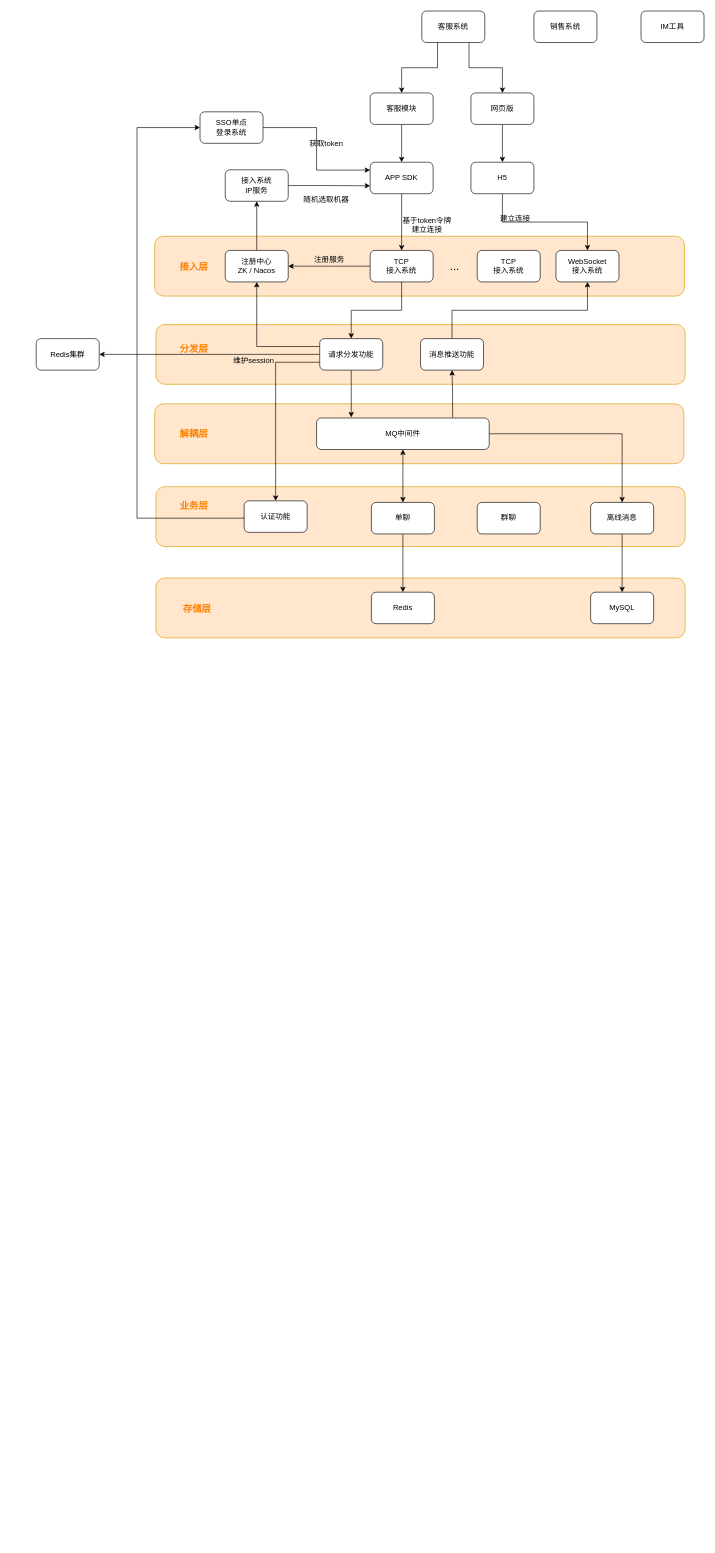
The draw.io diagram page "第 1 页" (1 of 3) of docs/flowchart.drawio in linkypi/my-im, before the edit. Source tidied: cells renumbered, new cells numbered last; positions are measured from the earlier drawing's top-left corner, leaving out a move shared by most shapes. Both pictures are drawn from the tidied source at 63%, with x=0, y=0 at pixel (36, 11).
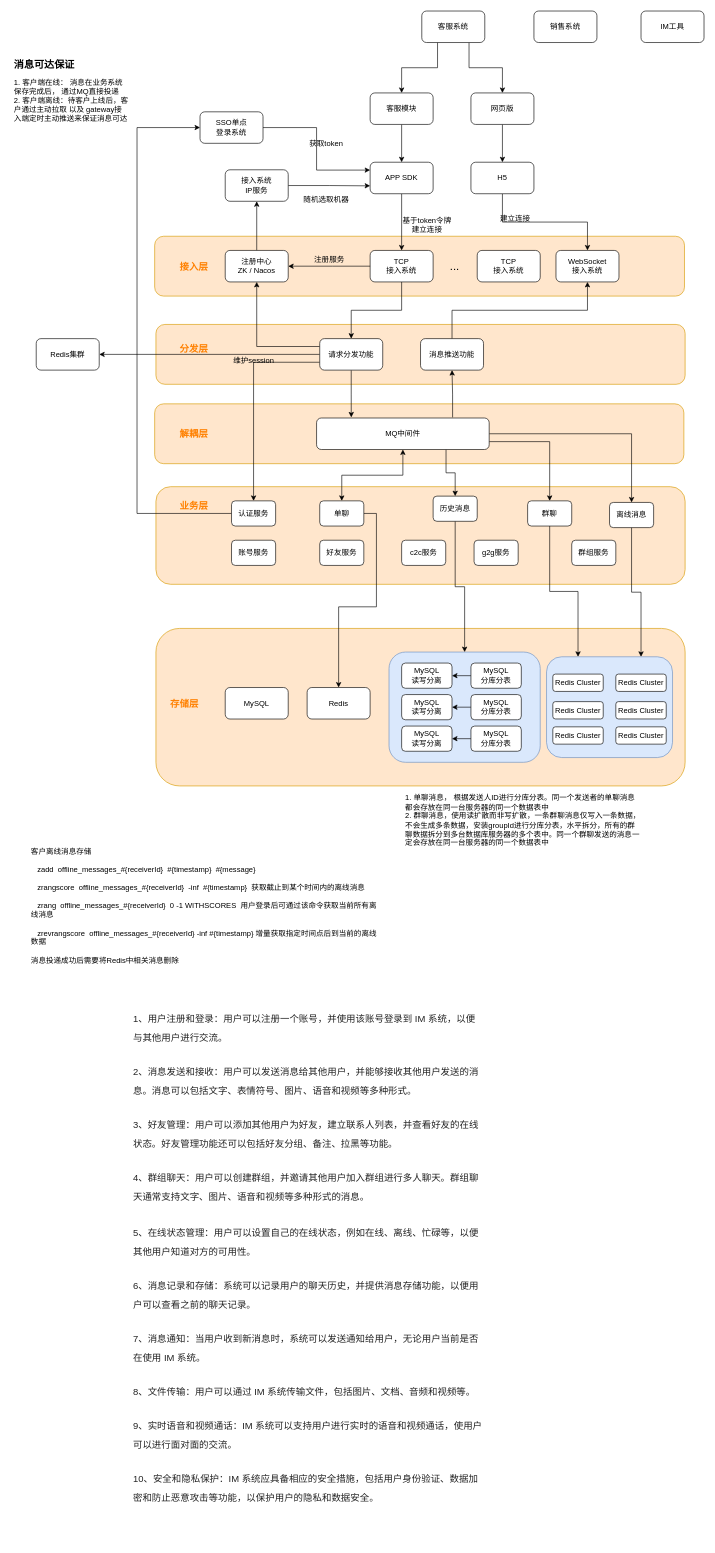
After the change.

Unchanged cells that the change refers to:
```xml
<mxCell id="20" value="MQ中间件" style="rounded=1;whiteSpace=wrap;html=1;" parent="1" vertex="1">
  <mxGeometry x="445" y="646" width="274" height="50" as="geometry" />
</mxCell>
<mxCell id="41" value="SSO单点&lt;br&gt;登录系统" style="rounded=1;whiteSpace=wrap;html=1;" parent="1" vertex="1">
  <mxGeometry x="260" y="160" width="100" height="50" as="geometry" />
</mxCell>
```

The edit, as a diff of the source:
```diff
@@
+    <mxCell id="4" style="rounded=1;whiteSpace=wrap;html=1;fillColor=#ffe6cc;strokeColor=#d79b00;" parent="1" vertex="1">
+      <mxGeometry x="190" y="980" width="840" height="250" as="geometry" />
+    </mxCell>
+    <mxCell id="64" style="rounded=1;whiteSpace=wrap;html=1;fillColor=#dae8fc;strokeColor=#6c8ebf;" parent="1" vertex="1">
+      <mxGeometry x="560" y="1017.5" width="240" height="175" as="geometry" />
+    </mxCell>
@@
-    <mxCell id="4" style="rounded=1;whiteSpace=wrap;html=1;fillColor=#ffe6cc;strokeColor=#d79b00;" parent="1" vertex="1">
-      <mxGeometry x="190" y="900" width="840" height="95" as="geometry" />
-    </mxCell>
+    <mxCell id="65" style="rounded=1;whiteSpace=wrap;html=1;fillColor=#dae8fc;strokeColor=#6c8ebf;" parent="1" vertex="1">
+      <mxGeometry x="810" y="1025" width="200" height="160" as="geometry" />
+    </mxCell>
     <mxCell id="5" style="rounded=1;whiteSpace=wrap;html=1;fillColor=#ffe6cc;strokeColor=#d79b00;" parent="1" vertex="1">
-      <mxGeometry x="190" y="755" width="840" height="95" as="geometry" />
+      <mxGeometry x="190" y="755" width="840" height="155" as="geometry" />
     </mxCell>
@@
+    <mxCell id="66" style="edgeStyle=orthogonalEdgeStyle;rounded=0;jettySize=auto;html=1;exitX=0.75;exitY=1;exitDx=0;exitDy=0;entryX=0.5;entryY=0;entryDx=0;entryDy=0;" parent="1" edge="1" source="20" target="71">
+      <mxGeometry relative="1" as="geometry" />
+    </mxCell>
+    <mxCell id="67" style="edgeStyle=orthogonalEdgeStyle;rounded=0;jettySize=auto;html=1;exitX=1;exitY=0.75;exitDx=0;exitDy=0;entryX=0.5;entryY=0;entryDx=0;entryDy=0;" parent="1" edge="1" source="20" target="29">
+      <mxGeometry relative="1" as="geometry" />
+    </mxCell>
@@
-    <mxCell id="27" style="edgeStyle=orthogonalEdgeStyle;rounded=0;jettySize=auto;html=1;exitX=0.5;exitY=1;exitDx=0;exitDy=0;entryX=0.5;entryY=0;entryDx=0;entryDy=0;" parent="1" edge="1" source="28" target="34">
+    <mxCell id="27" style="edgeStyle=orthogonalEdgeStyle;rounded=0;jettySize=auto;html=1;exitX=1;exitY=0.5;exitDx=0;exitDy=0;entryX=0.5;entryY=0;entryDx=0;entryDy=0;" parent="1" edge="1" source="28" target="34">
       <mxGeometry relative="1" as="geometry" />
     </mxCell>
     <mxCell id="28" value="单聊" style="rounded=1;whiteSpace=wrap;html=1;" parent="1" vertex="1">
-      <mxGeometry x="532" y="780" width="100" height="50" as="geometry" />
+      <mxGeometry x="450" y="777.5" width="70" height="40" as="geometry" />
     </mxCell>
+    <mxCell id="68" style="edgeStyle=orthogonalEdgeStyle;rounded=0;jettySize=auto;html=1;exitX=0.5;exitY=1;exitDx=0;exitDy=0;entryX=0.25;entryY=0;entryDx=0;entryDy=0;" parent="1" edge="1" source="29" target="65">
+      <mxGeometry relative="1" as="geometry" />
+    </mxCell>
     <mxCell id="29" value="群聊" style="rounded=1;whiteSpace=wrap;html=1;" parent="1" vertex="1">
-      <mxGeometry x="700" y="780" width="100" height="50" as="geometry" />
+      <mxGeometry x="780" y="777.5" width="70" height="40" as="geometry" />
     </mxCell>
-    <mxCell id="30" style="edgeStyle=orthogonalEdgeStyle;rounded=0;jettySize=auto;html=1;exitX=0.5;exitY=1;exitDx=0;exitDy=0;entryX=0.5;entryY=0;entryDx=0;entryDy=0;" parent="1" edge="1" source="31" target="35">
+    <mxCell id="30" style="edgeStyle=orthogonalEdgeStyle;rounded=0;jettySize=auto;html=1;exitX=0.5;exitY=1;exitDx=0;exitDy=0;entryX=0.75;entryY=0;entryDx=0;entryDy=0;" parent="1" edge="1" source="31" target="65">
       <mxGeometry relative="1" as="geometry" />
     </mxCell>
     <mxCell id="31" value="离线消息" style="rounded=1;whiteSpace=wrap;html=1;" parent="1" vertex="1">
-      <mxGeometry x="880" y="780" width="100" height="50" as="geometry" />
+      <mxGeometry x="910" y="780" width="70" height="40" as="geometry" />
     </mxCell>
     <mxCell id="32" style="edgeStyle=orthogonalEdgeStyle;rounded=0;jettySize=auto;html=1;exitX=0;exitY=0.5;exitDx=0;exitDy=0;entryX=0;entryY=0.5;entryDx=0;entryDy=0;" parent="1" edge="1" source="33" target="41">
       <mxGeometry relative="1" as="geometry">
         <Array as="points">
-          <mxPoint x="160" y="805" />
+          <mxPoint x="160" y="798" />
           <mxPoint x="160" y="185" />
         </Array>
       </mxGeometry>
     </mxCell>
-    <mxCell id="33" value="认证功能" style="rounded=1;whiteSpace=wrap;html=1;" parent="1" vertex="1">
-      <mxGeometry x="330" y="777.5" width="100" height="50" as="geometry" />
+    <mxCell id="33" value="认证服务" style="rounded=1;whiteSpace=wrap;html=1;" parent="1" vertex="1">
+      <mxGeometry x="310" y="777.5" width="70" height="40" as="geometry" />
     </mxCell>
     <mxCell id="34" value="Redis" style="rounded=1;whiteSpace=wrap;html=1;" parent="1" vertex="1">
-      <mxGeometry x="532" y="922.5" width="100" height="50" as="geometry" />
+      <mxGeometry x="430" y="1073.8" width="100" height="50" as="geometry" />
     </mxCell>
     <mxCell id="35" value="MySQL" style="rounded=1;whiteSpace=wrap;html=1;" parent="1" vertex="1">
-      <mxGeometry x="880" y="922.5" width="100" height="50" as="geometry" />
+      <mxGeometry x="300" y="1073.8" width="100" height="50" as="geometry" />
     </mxCell>
@@
     <mxCell id="60" value="存储层" style="text;html=1;align=center;verticalAlign=middle;fillColor=none;fontColor=#FF8000;fontStyle=1;fontSize=15;" parent="1" vertex="1">
-      <mxGeometry x="220" y="932.5" width="70" height="30" as="geometry" />
+      <mxGeometry x="200" y="1083.8" width="70" height="30" as="geometry" />
     </mxCell>
@@
+    <mxCell id="69" value="&lt;h1 style=&quot;font-size: 16px;&quot;&gt;消息可达保证&lt;/h1&gt;&lt;p&gt;1. 客户端在线： 消息在业务系统保存完成后， 通过MQ直接投递&lt;br&gt;2. 客户端离线：待客户上线后，客户通过主动拉取 以及 gateway接入端定时主动推送来保证消息可达&lt;/p&gt;" style="text;html=1;strokeColor=none;fillColor=none;spacing=5;spacingTop=-20;whiteSpace=wrap;overflow=hidden;rounded=0;" parent="1" vertex="1">
+      <mxGeometry x="-40" y="75" width="190" height="120" as="geometry" />
+    </mxCell>
+    <mxCell id="70" style="edgeStyle=orthogonalEdgeStyle;rounded=0;jettySize=auto;html=1;exitX=0.5;exitY=1;exitDx=0;exitDy=0;entryX=0.5;entryY=0;entryDx=0;entryDy=0;" parent="1" edge="1" source="71" target="64">
+      <mxGeometry relative="1" as="geometry" />
+    </mxCell>
+    <mxCell id="71" value="历史消息" style="rounded=1;whiteSpace=wrap;html=1;" parent="1" vertex="1">
+      <mxGeometry x="630" y="770" width="70" height="40" as="geometry" />
+    </mxCell>
+    <mxCell id="72" value="Redis Cluster" style="rounded=1;whiteSpace=wrap;html=1;" parent="1" vertex="1">
+      <mxGeometry x="820" y="1052.5" width="80" height="27.5" as="geometry" />
+    </mxCell>
+    <mxCell id="73" value="&lt;div style=&quot;max-width: 100%; overflow-x: visible; font-size: 15px; line-height: 30px; color: rgb(34, 34, 34); margin-top: 28px; font-family: arial; font-style: normal; font-variant-ligatures: normal; font-variant-caps: normal; font-weight: 400; letter-spacing: normal; orphans: 2; text-align: start; text-indent: 0px; text-transform: none; widows: 2; word-spacing: 0px; -webkit-text-stroke-width: 0px; background-color: rgb(255, 255, 255); text-decoration-thickness: initial; text-decoration-style: initial; text-decoration-color: initial;&quot; class=&quot;dpu8C _2kCxD&quot;&gt;&lt;p style=&quot;overflow-y: auto; max-width: 100%; font-size: 15px; line-height: 30px; color: rgb(34, 34, 34); margin: 0px !important; padding: 0px !important;&quot;&gt;&lt;span style=&quot;max-width: 100%; font-size: 15px;&quot;&gt;1、&lt;/span&gt;&lt;span style=&quot;max-width: 100%; font-size: 15px;&quot;&gt;&lt;span style=&quot;max-width: 100%; font-size: 15px;&quot;&gt;用户注册和登录：用户可以注册一个账号，并使用该账号登录到&lt;/span&gt;&lt;span style=&quot;max-width: 100%; font-size: 15px;&quot;&gt;&lt;span style=&quot;font-size: 15px;&quot;&gt;&amp;nbsp;&lt;/span&gt;IM 系统，以便与其他用户进行交流。&lt;/span&gt;&lt;/span&gt;&lt;/p&gt;&lt;/div&gt;&lt;div style=&quot;max-width: 100%; overflow-x: visible; font-size: 15px; line-height: 30px; color: rgb(34, 34, 34); margin-top: 24px; font-family: arial; font-style: normal; font-variant-ligatures: normal; font-variant-caps: normal; font-weight: 400; letter-spacing: normal; orphans: 2; text-align: start; text-indent: 0px; text-transform: none; widows: 2; word-spacing: 0px; -webkit-text-stroke-width: 0px; background-color: rgb(255, 255, 255); text-decoration-thickness: initial; text-decoration-style: initial; text-decoration-color: initial;&quot; class=&quot;dpu8C _2kCxD&quot;&gt;&lt;p style=&quot;overflow-y: auto; max-width: 100%; font-size: 15px; line-height: 30px; color: rgb(34, 34, 34); margin: 0px !important; padding: 0px !important;&quot;&gt;&lt;span style=&quot;max-width: 100%; font-size: 15px;&quot;&gt;2、&lt;/span&gt;&lt;span style=&quot;max-width: 100%; font-size: 15px;&quot;&gt;消息发送和接收：用户可以发送消息给其他用户，并能够接收其他用户发送的消息。消息可以包括文字、表情符号、图片、语音和视频等多种形式。&lt;/span&gt;&lt;/p&gt;&lt;/div&gt;&lt;div style=&quot;max-width: 100%; overflow-x: visible; font-size: 15px; line-height: 30px; color: rgb(34, 34, 34); margin-top: 24px; font-family: arial; font-style: normal; font-variant-ligatures: normal; font-variant-caps: normal; font-weight: 400; letter-spacing: normal; orphans: 2; text-align: start; text-indent: 0px; text-transform: none; widows: 2; word-spacing: 0px; -webkit-text-stroke-width: 0px; background-color: rgb(255, 255, 255); text-decoration-thickness: initial; text-decoration-style: initial; text-decoration-color: initial;&quot; class=&quot;dpu8C _2kCxD&quot;&gt;&lt;p style=&quot;overflow-y: auto; max-width: 100%; font-size: 15px; line-height: 30px; color: rgb(34, 34, 34); margin: 0px !important; padding: 0px !important;&quot;&gt;&lt;span style=&quot;max-width: 100%; font-size: 15px;&quot;&gt;3、&lt;/span&gt;&lt;span style=&quot;max-width: 100%; font-size: 15px;&quot;&gt;好友管理：用户可以添加其他用户为好友，建立联系人列表，并查看好友的在线状态。好友管理功能还可以包括好友分组、备注、拉黑等功能。&lt;/span&gt;&lt;/p&gt;&lt;/div&gt;&lt;div style=&quot;max-width: 100%; overflow-x: visible; font-size: 15px; line-height: 30px; color: rgb(34, 34, 34); margin-top: 24px; font-family: arial; font-style: normal; font-variant-ligatures: normal; font-variant-caps: normal; font-weight: 400; letter-spacing: normal; orphans: 2; text-align: start; text-indent: 0px; text-transform: none; widows: 2; word-spacing: 0px; -webkit-text-stroke-width: 0px; background-color: rgb(255, 255, 255); text-decoration-thickness: initial; text-decoration-style: initial; text-decoration-color: initial;&quot; class=&quot;dpu8C _2kCxD&quot;&gt;&lt;p style=&quot;overflow-y: auto; max-width: 100%; font-size: 15px; line-height: 30px; color: rgb(34, 34, 34); margin: 0px !important; padding: 0px !important;&quot;&gt;&lt;span style=&quot;max-width: 100%; font-size: 15px;&quot;&gt;4、&lt;/span&gt;&lt;span style=&quot;max-width: 100%; font-size: 15px;&quot;&gt;群组聊天：用户可以创建群组，并邀请其他用户加入群组进行多人聊天。群组聊天通常支持文字、图片、语音和视频等多种形式的消息。&lt;/span&gt;&lt;/p&gt;&lt;div style=&quot;max-width: 100%; overflow-x: visible; font-size: 15px; line-height: 30px; margin-top: 28px;&quot; class=&quot;dpu8C _2kCxD&quot;&gt;&lt;p style=&quot;overflow-y: auto; max-width: 100%; line-height: 30px; margin: 0px !important; padding: 0px !important; font-size: 15px;&quot;&gt;5、&lt;span style=&quot;max-width: 100%; font-size: 15px;&quot;&gt;在线状态管理：用户可以设置自己的在线状态，例如在线、离线、忙碌等，以便其他用户知道对方的可用性。&lt;/span&gt;&lt;/p&gt;&lt;/div&gt;&lt;div style=&quot;max-width: 100%; overflow-x: visible; font-size: 15px; line-height: 30px; margin-top: 24px;&quot; class=&quot;dpu8C _2kCxD&quot;&gt;&lt;p style=&quot;overflow-y: auto; max-width: 100%; line-height: 30px; margin: 0px !important; padding: 0px !important; font-size: 15px;&quot;&gt;&lt;span style=&quot;max-width: 100%; font-size: 15px;&quot;&gt;6、&lt;/span&gt;&lt;span style=&quot;max-width: 100%; font-size: 15px;&quot;&gt;消息记录和存储：系统可以记录用户的聊天历史，并提供消息存储功能，以便用户可以查看之前的聊天记录。&lt;/span&gt;&lt;/p&gt;&lt;/div&gt;&lt;div style=&quot;max-width: 100%; overflow-x: visible; font-size: 15px; line-height: 30px; margin-top: 24px;&quot; class=&quot;dpu8C _2kCxD&quot;&gt;&lt;p style=&quot;overflow-y: auto; max-width: 100%; line-height: 30px; margin: 0px !important; padding: 0px !important; font-size: 15px;&quot;&gt;&lt;span style=&quot;max-width: 100%; font-size: 15px;&quot;&gt;7、&lt;/span&gt;&lt;span style=&quot;max-width: 100%; font-size: 15px;&quot;&gt;&lt;span style=&quot;max-width: 100%; font-size: 15px;&quot;&gt;消息通知：当用户收到新消息时，系统可以发送通知给用户，无论用户当前是否在使用&lt;/span&gt;&lt;span style=&quot;max-width: 100%; font-size: 15px;&quot;&gt;&amp;nbsp;IM 系统。&lt;/span&gt;&lt;/span&gt;&lt;/p&gt;&lt;/div&gt;&lt;div style=&quot;max-width: 100%; overflow-x: visible; font-size: 15px; line-height: 30px; margin-top: 24px;&quot; class=&quot;dpu8C _2kCxD&quot;&gt;&lt;p style=&quot;overflow-y: auto; max-width: 100%; line-height: 30px; margin: 0px !important; padding: 0px !important; font-size: 15px;&quot;&gt;&lt;span style=&quot;max-width: 100%; font-size: 15px;&quot;&gt;8、&lt;/span&gt;&lt;span style=&quot;max-width: 100%; font-size: 15px;&quot;&gt;&lt;span style=&quot;max-width: 100%; font-size: 15px;&quot;&gt;文件传输：用户可以通过&lt;/span&gt;&lt;span style=&quot;max-width: 100%; font-size: 15px;&quot;&gt;&amp;nbsp;IM 系统传输文件，包括图片、文档、音频和视频等。&lt;/span&gt;&lt;/span&gt;&lt;/p&gt;&lt;/div&gt;&lt;div style=&quot;max-width: 100%; overflow-x: visible; font-size: 15px; line-height: 30px; margin-top: 24px;&quot; class=&quot;dpu8C _2kCxD&quot;&gt;&lt;p style=&quot;overflow-y: auto; max-width: 100%; line-height: 30px; margin: 0px !important; padding: 0px !important; font-size: 15px;&quot;&gt;&lt;span style=&quot;max-width: 100%; font-size: 15px;&quot;&gt;9、&lt;/span&gt;&lt;span style=&quot;max-width: 100%; font-size: 15px;&quot;&gt;&lt;span style=&quot;max-width: 100%; font-size: 15px;&quot;&gt;实时语音和视频通话：&lt;/span&gt;&lt;span style=&quot;max-width: 100%; font-size: 15px;&quot;&gt;IM 系统可以支持用户进行实时的语音和视频通话，使用户可以进行面对面的交流。&lt;/span&gt;&lt;/span&gt;&lt;/p&gt;&lt;/div&gt;&lt;p style=&quot;overflow-y: auto; max-width: 100%; line-height: 30px; margin: 0px !important; padding: 0px !important; font-size: 15px;&quot;&gt;&lt;span style=&quot;max-width: 100%; font-size: 15px;&quot;&gt;&lt;/span&gt;&lt;/p&gt;&lt;div style=&quot;max-width: 100%; overflow-x: visible; font-size: 15px; line-height: 30px; margin-top: 24px;&quot; class=&quot;dpu8C _2kCxD&quot;&gt;&lt;p style=&quot;overflow-y: auto; max-width: 100%; line-height: 30px; margin: 0px !important; padding: 0px !important; font-size: 15px;&quot;&gt;&lt;span style=&quot;max-width: 100%; font-size: 15px;&quot;&gt;10、&lt;/span&gt;&lt;span style=&quot;max-width: 100%; font-size: 15px;&quot;&gt;&lt;span style=&quot;max-width: 100%; font-size: 15px;&quot;&gt;安全和隐私保护：&lt;/span&gt;&lt;span style=&quot;max-width: 100%; font-size: 15px;&quot;&gt;IM 系统应具备相应的安全措施，包括用户身份验证、数据加密和防止恶意攻击等功能，以保护用户的隐私和数据安全。&lt;/span&gt;&lt;/span&gt;&lt;/p&gt;&lt;/div&gt;&lt;/div&gt;" style="text;whiteSpace=wrap;html=1;fontSize=15;" parent="1" vertex="1">
+      <mxGeometry x="152" y="1550" width="560" height="880" as="geometry" />
+    </mxCell>
+    <mxCell id="74" style="edgeStyle=orthogonalEdgeStyle;rounded=0;jettySize=auto;html=1;exitX=0;exitY=0.5;exitDx=0;exitDy=0;entryX=1;entryY=0.5;entryDx=0;entryDy=0;" parent="1" edge="1" source="75" target="80">
+      <mxGeometry relative="1" as="geometry" />
+    </mxCell>
+    <mxCell id="75" value="MySQL&lt;br&gt;分库分表" style="rounded=1;whiteSpace=wrap;html=1;" parent="1" vertex="1">
+      <mxGeometry x="690" y="1035" width="80" height="40" as="geometry" />
+    </mxCell>
+    <mxCell id="76" style="edgeStyle=orthogonalEdgeStyle;rounded=0;jettySize=auto;html=1;exitX=0;exitY=0.5;exitDx=0;exitDy=0;entryX=1;entryY=0.5;entryDx=0;entryDy=0;" parent="1" edge="1" source="77" target="81">
+      <mxGeometry relative="1" as="geometry" />
+    </mxCell>
+    <mxCell id="77" value="MySQL&lt;br&gt;分库分表" style="rounded=1;whiteSpace=wrap;html=1;" parent="1" vertex="1">
+      <mxGeometry x="690" y="1085" width="80" height="40" as="geometry" />
+    </mxCell>
+    <mxCell id="78" style="edgeStyle=orthogonalEdgeStyle;rounded=0;jettySize=auto;html=1;exitX=0;exitY=0.5;exitDx=0;exitDy=0;entryX=1;entryY=0.5;entryDx=0;entryDy=0;" parent="1" edge="1" source="79" target="82">
+      <mxGeometry relative="1" as="geometry" />
+    </mxCell>
+    <mxCell id="79" value="MySQL&lt;br&gt;分库分表" style="rounded=1;whiteSpace=wrap;html=1;" parent="1" vertex="1">
+      <mxGeometry x="690" y="1135" width="80" height="40" as="geometry" />
+    </mxCell>
+    <mxCell id="80" value="MySQL&lt;br&gt;读写分离" style="rounded=1;whiteSpace=wrap;html=1;" parent="1" vertex="1">
+      <mxGeometry x="580" y="1035" width="80" height="40" as="geometry" />
+    </mxCell>
+    <mxCell id="81" value="MySQL&lt;br&gt;读写分离" style="rounded=1;whiteSpace=wrap;html=1;" parent="1" vertex="1">
+      <mxGeometry x="580" y="1085" width="80" height="40" as="geometry" />
+    </mxCell>
+    <mxCell id="82" value="MySQL&lt;br&gt;读写分离" style="rounded=1;whiteSpace=wrap;html=1;" parent="1" vertex="1">
+      <mxGeometry x="580" y="1135" width="80" height="40" as="geometry" />
+    </mxCell>
+    <mxCell id="83" value="Redis Cluster" style="rounded=1;whiteSpace=wrap;html=1;" parent="1" vertex="1">
+      <mxGeometry x="820" y="1096.2" width="80" height="27.5" as="geometry" />
+    </mxCell>
+    <mxCell id="84" value="Redis Cluster" style="rounded=1;whiteSpace=wrap;html=1;" parent="1" vertex="1">
+      <mxGeometry x="920" y="1052.5" width="80" height="27.5" as="geometry" />
+    </mxCell>
+    <mxCell id="85" value="Redis Cluster" style="rounded=1;whiteSpace=wrap;html=1;" parent="1" vertex="1">
+      <mxGeometry x="920" y="1096.2" width="80" height="27.5" as="geometry" />
+    </mxCell>
+    <mxCell id="86" value="Redis Cluster" style="rounded=1;whiteSpace=wrap;html=1;" parent="1" vertex="1">
+      <mxGeometry x="920" y="1136.2" width="80" height="27.5" as="geometry" />
+    </mxCell>
+    <mxCell id="87" value="Redis Cluster" style="rounded=1;whiteSpace=wrap;html=1;" parent="1" vertex="1">
+      <mxGeometry x="820" y="1136.2" width="80" height="27.5" as="geometry" />
+    </mxCell>
+    <mxCell id="88" value="1. 单聊消息， 根据发送人ID进行分库分表。同一个发送者的单聊消息都会存放在同一台服务器的同一个数据表中&lt;br&gt;2. 群聊消息，使用读扩散而非写扩散，一条群聊消息仅写入一条数据，不会生成多条数据，安装groupId进行分库分表，水平拆分，所有的群聊数据拆分到多台数据库服务器的多个表中。同一个群聊发送的消息一定会存放在同一台服务器的同一个数据表中" style="rounded=1;whiteSpace=wrap;html=1;strokeColor=none;align=left;" parent="1" vertex="1">
+      <mxGeometry x="584" y="1240" width="376" height="90" as="geometry" />
+    </mxCell>
+    <mxCell id="89" value="客户离线消息存储&amp;nbsp;&amp;nbsp;&lt;br&gt;&amp;nbsp;&amp;nbsp;&lt;br&gt;&amp;nbsp; &amp;nbsp;zadd&amp;nbsp; offline_messages_#{receiverId}&amp;nbsp; #{timestamp}&amp;nbsp; #{message}&lt;br&gt;&amp;nbsp; &amp;nbsp;&lt;br&gt;&amp;nbsp; &amp;nbsp;zrangscore&amp;nbsp; offline_messages_#{receiverId}&amp;nbsp; -inf&amp;nbsp; #{timestamp}&amp;nbsp; 获取截止到某个时间内的离线消息&lt;br&gt;&amp;nbsp; &amp;nbsp;&lt;br&gt;&amp;nbsp; &amp;nbsp;zrang&amp;nbsp; offline_messages_#{receiverId}&amp;nbsp; 0 -1 WITHSCORES&amp;nbsp; 用户登录后可通过该命令获取当前所有离线消息&lt;br&gt;&amp;nbsp; &amp;nbsp;&lt;br&gt;&amp;nbsp; &amp;nbsp;zrevrangscore&amp;nbsp; offline_messages_#{receiverId} -inf #{timestamp} 增量获取指定时间点后到当前的离线数据&lt;br&gt;&lt;br&gt;消息投递成功后需要将Redis中相关消息删除" style="text;whiteSpace=wrap;html=1;" parent="1" vertex="1">
+      <mxGeometry x="-10" y="1320" width="560" height="200" as="geometry" />
+    </mxCell>
+    <mxCell id="90" value="账号服务" style="rounded=1;whiteSpace=wrap;html=1;" parent="1" vertex="1">
+      <mxGeometry x="310" y="840" width="70" height="40" as="geometry" />
+    </mxCell>
+    <mxCell id="91" value="好友服务" style="rounded=1;whiteSpace=wrap;html=1;" parent="1" vertex="1">
+      <mxGeometry x="450" y="840" width="70" height="40" as="geometry" />
+    </mxCell>
+    <mxCell id="92" value="c2c服务" style="rounded=1;whiteSpace=wrap;html=1;" parent="1" vertex="1">
+      <mxGeometry x="580" y="840" width="70" height="40" as="geometry" />
+    </mxCell>
+    <mxCell id="93" value="g2g服务" style="rounded=1;whiteSpace=wrap;html=1;" parent="1" vertex="1">
+      <mxGeometry x="695" y="840" width="70" height="40" as="geometry" />
+    </mxCell>
+    <mxCell id="94" value="群组服务" style="rounded=1;whiteSpace=wrap;html=1;" parent="1" vertex="1">
+      <mxGeometry x="850" y="840" width="70" height="40" as="geometry" />
+    </mxCell>
```
